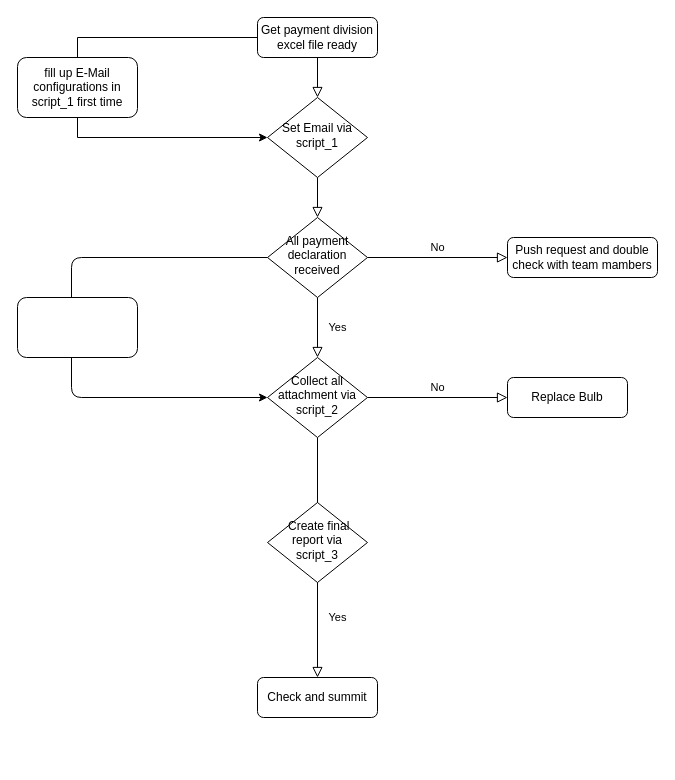
The draw.io diagram Untitled Diagram.drawio in i3land/ZXMAC_FIRST_GIT, before the edit. Source tidied: cells renumbered, new cells numbered last; positions are measured from the earlier drawing's top-left corner, leaving out a move shared by most shapes. Both pictures are drawn from the tidied source at 100%, with x=0, y=0 at pixel (17, 17).
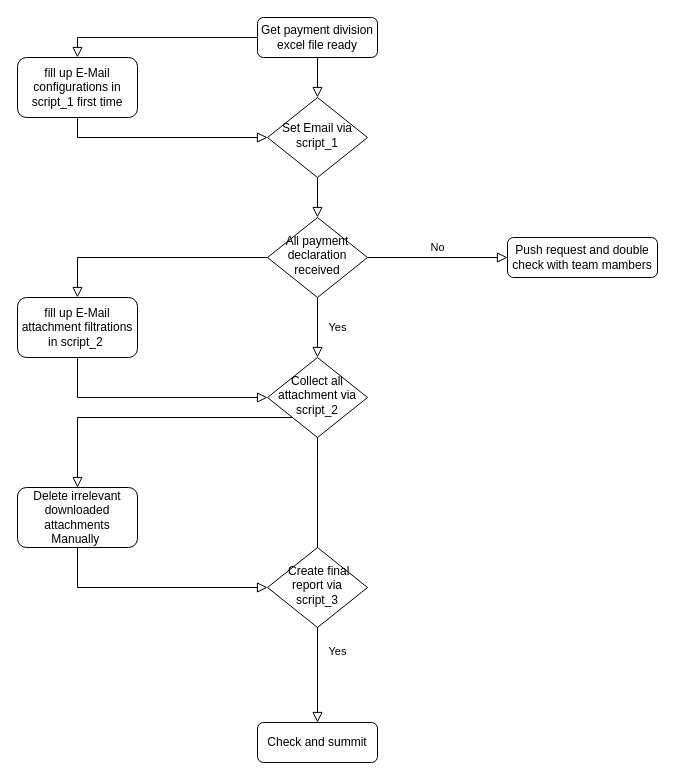
After the change.

The change refers to these unchanged cells:
```xml
<mxCell id="4" value="&lt;span style=&quot;font-family: &amp;#34;helvetica&amp;#34;&quot;&gt;Get payment division excel file ready&lt;/span&gt;" style="rounded=1;whiteSpace=wrap;html=1;fontSize=12;glass=0;strokeWidth=1;shadow=0;" parent="1" vertex="1">
  <mxGeometry x="240" width="120" height="40" as="geometry" />
</mxCell>
<mxCell id="7" value="All payment declaration received" style="rhombus;whiteSpace=wrap;html=1;shadow=0;fontFamily=Helvetica;fontSize=12;align=center;strokeWidth=1;spacing=6;spacingTop=-4;" parent="1" vertex="1">
  <mxGeometry x="250" y="200" width="100" height="80" as="geometry" />
</mxCell>
<mxCell id="11" value="Collect all attachment via script_2" style="rhombus;whiteSpace=wrap;html=1;shadow=0;fontFamily=Helvetica;fontSize=12;align=center;strokeWidth=1;spacing=6;spacingTop=-4;" parent="1" vertex="1">
  <mxGeometry x="250" y="340" width="100" height="80" as="geometry" />
</mxCell>
<mxCell id="15" value="&lt;span style=&quot;font-family: &amp;#34;helvetica&amp;#34;&quot;&gt;Set Email via script_1&lt;/span&gt;" style="rhombus;whiteSpace=wrap;html=1;shadow=0;fontFamily=Helvetica;fontSize=12;align=center;strokeWidth=1;spacing=6;spacingTop=-4;" parent="1" vertex="1">
  <mxGeometry x="250" y="80" width="100" height="80" as="geometry" />
</mxCell>
<mxCell id="17" value="&lt;span&gt;fill up E-Mail configurations in script_1 first time&lt;/span&gt;" style="rounded=1;whiteSpace=wrap;html=1;" parent="1" vertex="1">
  <mxGeometry y="40" width="120" height="60" as="geometry" />
</mxCell>
```

What changed in the source:
```diff
@@
-    <mxCell id="3" style="edgeStyle=orthogonalEdgeStyle;rounded=0;jettySize=auto;html=1;entryX=0;entryY=0.5;entryDx=0;entryDy=0;" parent="1" edge="1" source="4" target="15">
-      <mxGeometry relative="1" as="geometry">
-        <Array as="points">
-          <mxPoint x="60" y="20" />
-          <mxPoint x="60" y="120" />
-          <mxPoint x="250" y="120" />
-        </Array>
-      </mxGeometry>
-    </mxCell>
@@
     <mxCell id="9" value="Yes" style="rounded=0;html=1;jettySize=auto;fontSize=11;endArrow=block;endFill=0;endSize=8;strokeWidth=1;shadow=0;labelBackgroundColor=none;edgeStyle=orthogonalEdgeStyle;" parent="1" edge="1" source="11" target="12">
-      <mxGeometry x="0.5" y="20" relative="1" as="geometry" />
+      <mxGeometry x="0.5" y="20" relative="1" as="geometry">
+        <Array as="points">
+          <mxPoint x="300" y="440" />
+          <mxPoint x="300" y="440" />
+        </Array>
+      </mxGeometry>
     </mxCell>
-    <mxCell id="10" value="No" style="edgeStyle=orthogonalEdgeStyle;rounded=0;html=1;jettySize=auto;fontSize=11;endArrow=block;endFill=0;endSize=8;strokeWidth=1;shadow=0;labelBackgroundColor=none;" parent="1" edge="1" source="11" target="13">
-      <mxGeometry y="10" relative="1" as="geometry" />
-    </mxCell>
@@
     <mxCell id="12" value="Check and summit" style="rounded=1;whiteSpace=wrap;html=1;fontSize=12;glass=0;strokeWidth=1;shadow=0;" parent="1" vertex="1">
-      <mxGeometry x="240" y="660" width="120" height="40" as="geometry" />
+      <mxGeometry x="240" y="705" width="120" height="40" as="geometry" />
     </mxCell>
-    <mxCell id="13" value="Replace Bulb" style="rounded=1;whiteSpace=wrap;html=1;fontSize=12;glass=0;strokeWidth=1;shadow=0;" parent="1" vertex="1">
-      <mxGeometry x="490" y="360" width="120" height="40" as="geometry" />
-    </mxCell>
     <mxCell id="14" value="&amp;nbsp;Create final report via script_3" style="rhombus;whiteSpace=wrap;html=1;shadow=0;fontFamily=Helvetica;fontSize=12;align=center;strokeWidth=1;spacing=6;spacingTop=-4;" parent="1" vertex="1">
-      <mxGeometry x="250" y="485" width="100" height="80" as="geometry" />
+      <mxGeometry x="250" y="530" width="100" height="80" as="geometry" />
     </mxCell>
@@
-    <mxCell id="18" style="endArrow=classic;html=1;exitX=0;exitY=0.5;exitDx=0;exitDy=0;entryX=0;entryY=0.5;entryDx=0;entryDy=0;" parent="1" edge="1" source="7" target="11">
-      <mxGeometry relative="1" as="geometry">
-        <Array as="points">
-          <mxPoint x="54" y="240" />
-          <mxPoint x="54" y="380" />
-        </Array>
-      </mxGeometry>
-    </mxCell>
-    <mxCell id="19" style="rounded=1;whiteSpace=wrap;html=1;" parent="1" vertex="1">
+    <mxCell id="19" value="&lt;span&gt;fill up E-Mail attachment filtrations in script_2&amp;nbsp;&lt;/span&gt;" style="rounded=1;whiteSpace=wrap;html=1;" parent="1" vertex="1">
       <mxGeometry y="280" width="120" height="60" as="geometry" />
     </mxCell>
+    <mxCell id="20" style="rounded=0;html=1;jettySize=auto;fontSize=11;endArrow=block;endFill=0;endSize=8;strokeWidth=1;shadow=0;labelBackgroundColor=none;edgeStyle=orthogonalEdgeStyle;exitX=0;exitY=0.5;exitDx=0;exitDy=0;entryX=0.5;entryY=0;entryDx=0;entryDy=0;" parent="1" edge="1" source="4" target="17">
+      <mxGeometry relative="1" as="geometry">
+        <Array as="points">
+          <mxPoint x="60" y="20" />
+        </Array>
+      </mxGeometry>
+    </mxCell>
+    <mxCell id="21" style="rounded=0;html=1;jettySize=auto;fontSize=11;endArrow=block;endFill=0;endSize=8;strokeWidth=1;shadow=0;labelBackgroundColor=none;edgeStyle=orthogonalEdgeStyle;exitX=0;exitY=0.5;exitDx=0;exitDy=0;entryX=0.5;entryY=0;entryDx=0;entryDy=0;" parent="1" edge="1" source="7" target="19">
+      <mxGeometry relative="1" as="geometry">
+        <Array as="points">
+          <mxPoint x="60" y="240" />
+        </Array>
+      </mxGeometry>
+    </mxCell>
+    <mxCell id="22" style="rounded=0;html=1;jettySize=auto;fontSize=11;endArrow=block;endFill=0;endSize=8;strokeWidth=1;shadow=0;labelBackgroundColor=none;edgeStyle=orthogonalEdgeStyle;entryX=0;entryY=0.5;entryDx=0;entryDy=0;" parent="1" edge="1" source="17" target="15">
+      <mxGeometry relative="1" as="geometry">
+        <Array as="points">
+          <mxPoint x="60" y="120" />
+        </Array>
+      </mxGeometry>
+    </mxCell>
+    <mxCell id="23" style="rounded=0;html=1;jettySize=auto;fontSize=11;endArrow=block;endFill=0;endSize=8;strokeWidth=1;shadow=0;labelBackgroundColor=none;edgeStyle=orthogonalEdgeStyle;entryX=0;entryY=0.5;entryDx=0;entryDy=0;" parent="1" edge="1" target="11">
+      <mxGeometry relative="1" as="geometry">
+        <mxPoint x="60" y="340" as="sourcePoint" />
+        <Array as="points">
+          <mxPoint x="60" y="380" />
+        </Array>
+      </mxGeometry>
+    </mxCell>
+    <mxCell id="24" value="Delete irrelevant downloaded attachments Manually&amp;nbsp;" style="rounded=1;whiteSpace=wrap;html=1;" parent="1" vertex="1">
+      <mxGeometry y="470" width="120" height="60" as="geometry" />
+    </mxCell>
+    <mxCell id="25" style="rounded=0;html=1;jettySize=auto;fontSize=11;endArrow=block;endFill=0;endSize=8;strokeWidth=1;shadow=0;labelBackgroundColor=none;edgeStyle=orthogonalEdgeStyle;entryX=0.5;entryY=0;entryDx=0;entryDy=0;exitX=0;exitY=1;exitDx=0;exitDy=0;" parent="1" edge="1" source="11" target="24">
+      <mxGeometry relative="1" as="geometry">
+        <Array as="points">
+          <mxPoint x="60" y="400" />
+        </Array>
+      </mxGeometry>
+    </mxCell>
+    <mxCell id="26" style="rounded=0;html=1;jettySize=auto;orthogonalLoop=1;fontSize=11;endArrow=block;endFill=0;endSize=8;strokeWidth=1;shadow=0;labelBackgroundColor=none;edgeStyle=orthogonalEdgeStyle;entryX=0;entryY=0.5;entryDx=0;entryDy=0;" parent="1" edge="1">
+      <mxGeometry relative="1" as="geometry">
+        <mxPoint x="60" y="530" as="sourcePoint" />
+        <mxPoint x="250" y="570" as="targetPoint" />
+        <Array as="points">
+          <mxPoint x="60" y="570" />
+        </Array>
+      </mxGeometry>
+    </mxCell>
```
